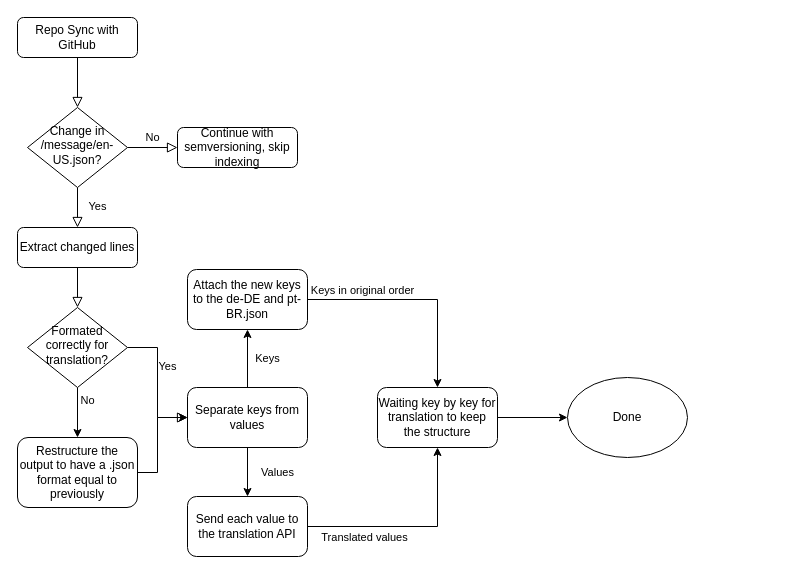
DaSteff91/website_kite-engineer keeps this draw.io diagram as .vscode/translation_workflow.drawio. Above is the earlier version. Source tidied: cells renumbered, new cells numbered last; positions are measured from the earlier drawing's top-left corner, leaving out a move shared by most shapes. Both pictures are drawn from the tidied source at 100%, with x=0, y=0 at pixel (17, 17).
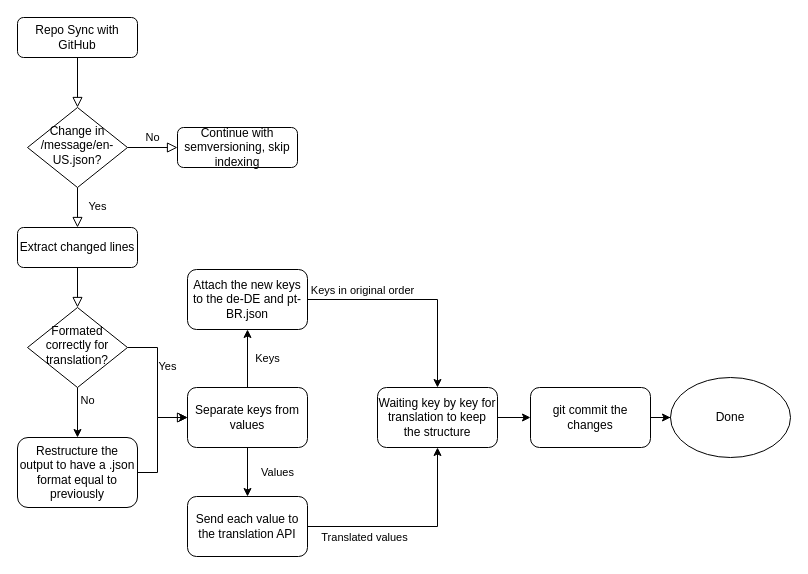
Above is the later version.

Commit message:
adding git commit step to the flow

Unchanged cells that the change refers to:
```xml
<mxCell id="25" value="Waiting key by key for translation to keep the structure" style="rounded=1;whiteSpace=wrap;html=1;" parent="1" vertex="1">
  <mxGeometry x="360" y="370" width="120" height="60" as="geometry" />
</mxCell>
```

Change to the diagram source:
```diff
@@
-    <mxCell id="24" style="edgeStyle=orthogonalEdgeStyle;rounded=0;jettySize=auto;html=1;" parent="1" edge="1" source="25" target="26">
+    <mxCell id="24" style="edgeStyle=orthogonalEdgeStyle;rounded=0;jettySize=auto;html=1;" parent="1" edge="1" source="25" target="28">
       <mxGeometry relative="1" as="geometry" />
     </mxCell>
@@
     <mxCell id="26" value="Done" style="ellipse;whiteSpace=wrap;html=1;" parent="1" vertex="1">
-      <mxGeometry x="550" y="360" width="120" height="80" as="geometry" />
+      <mxGeometry x="653" y="360" width="120" height="80" as="geometry" />
     </mxCell>
+    <mxCell id="27" style="edgeStyle=orthogonalEdgeStyle;rounded=0;jettySize=auto;html=1;" parent="1" edge="1" source="28" target="26">
+      <mxGeometry relative="1" as="geometry" />
+    </mxCell>
+    <mxCell id="28" value="git commit the changes" style="rounded=1;whiteSpace=wrap;html=1;" parent="1" vertex="1">
+      <mxGeometry x="513" y="370" width="120" height="60" as="geometry" />
+    </mxCell>
```
